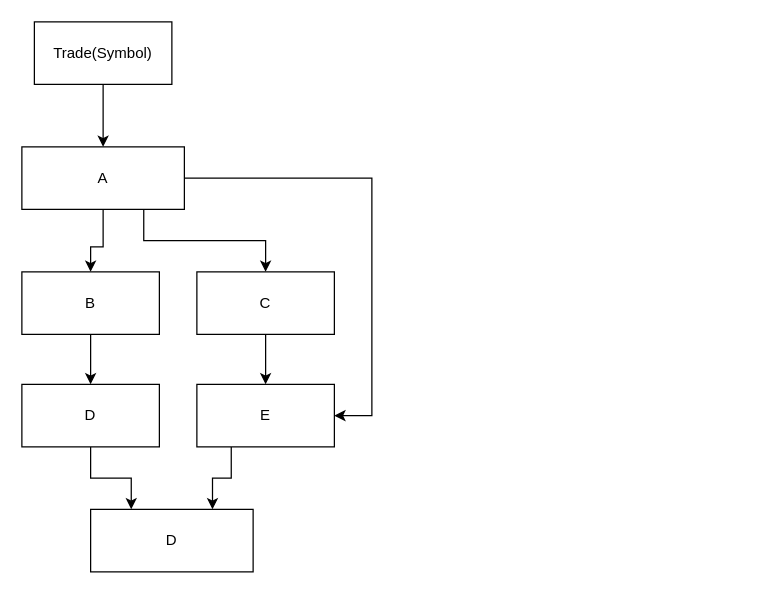
This is page "MultiParents" (5 of 5) of docs/02. Diagrams/Feature Model and Semantics.drawio from ManuelBayon/InvestIQ-v2, a draw.io file, before an edit. Source tidied: cells renumbered, new cells numbered last; positions are measured from the earlier drawing's top-left corner, leaving out a move shared by most shapes. Both pictures are drawn from the tidied source at 125%, with x=0, y=0 at pixel (21, 21).
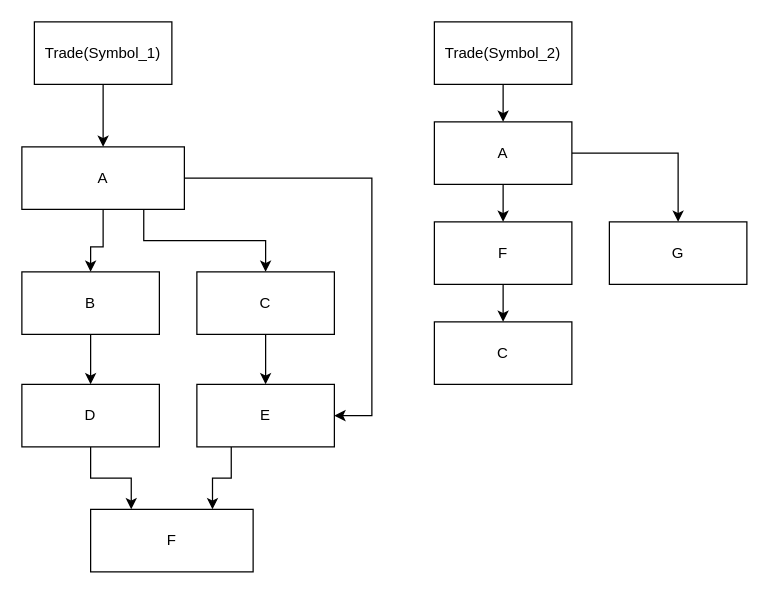
The same page after the edit.

What changed in the source:
```diff
@@
-    <mxCell id="9" value="Trade(Symbol)" style="html=1;whiteSpace=wrap;" parent="1" vertex="1">
+    <mxCell id="9" value="Trade(Symbol_1)" style="html=1;whiteSpace=wrap;" parent="1" vertex="1">
       <mxGeometry x="10" width="110" height="50" as="geometry" />
     </mxCell>
@@
-    <mxCell id="16" value="D" style="html=1;whiteSpace=wrap;" parent="1" vertex="1">
+    <mxCell id="16" value="F" style="html=1;whiteSpace=wrap;" parent="1" vertex="1">
       <mxGeometry x="55" y="390" width="130" height="50" as="geometry" />
     </mxCell>
+    <mxCell id="17" style="edgeStyle=orthogonalEdgeStyle;rounded=0;jettySize=auto;html=1;exitX=0.5;exitY=1;exitDx=0;exitDy=0;entryX=0.5;entryY=0;entryDx=0;entryDy=0;" parent="1" edge="1" source="18" target="21">
+      <mxGeometry relative="1" as="geometry" />
+    </mxCell>
+    <mxCell id="18" value="Trade(Symbol_2)" style="html=1;whiteSpace=wrap;" parent="1" vertex="1">
+      <mxGeometry x="330" width="110" height="50" as="geometry" />
+    </mxCell>
+    <mxCell id="19" style="edgeStyle=orthogonalEdgeStyle;rounded=0;jettySize=auto;html=1;exitX=0.5;exitY=1;exitDx=0;exitDy=0;entryX=0.5;entryY=0;entryDx=0;entryDy=0;" parent="1" edge="1" source="21" target="23">
+      <mxGeometry relative="1" as="geometry" />
+    </mxCell>
+    <mxCell id="20" style="edgeStyle=orthogonalEdgeStyle;rounded=0;jettySize=auto;html=1;exitX=1;exitY=0.5;exitDx=0;exitDy=0;entryX=0.5;entryY=0;entryDx=0;entryDy=0;" parent="1" edge="1" source="21" target="25">
+      <mxGeometry relative="1" as="geometry" />
+    </mxCell>
+    <mxCell id="21" value="A" style="html=1;whiteSpace=wrap;" parent="1" vertex="1">
+      <mxGeometry x="330" y="80" width="110" height="50" as="geometry" />
+    </mxCell>
+    <mxCell id="22" style="edgeStyle=orthogonalEdgeStyle;rounded=0;jettySize=auto;html=1;exitX=0.5;exitY=1;exitDx=0;exitDy=0;entryX=0.5;entryY=0;entryDx=0;entryDy=0;" parent="1" edge="1" source="23" target="24">
+      <mxGeometry relative="1" as="geometry" />
+    </mxCell>
+    <mxCell id="23" value="F" style="html=1;whiteSpace=wrap;" parent="1" vertex="1">
+      <mxGeometry x="330" y="160" width="110" height="50" as="geometry" />
+    </mxCell>
+    <mxCell id="24" value="C" style="html=1;whiteSpace=wrap;" parent="1" vertex="1">
+      <mxGeometry x="330" y="240" width="110" height="50" as="geometry" />
+    </mxCell>
+    <mxCell id="25" value="G" style="html=1;whiteSpace=wrap;" parent="1" vertex="1">
+      <mxGeometry x="470" y="160" width="110" height="50" as="geometry" />
+    </mxCell>
```
